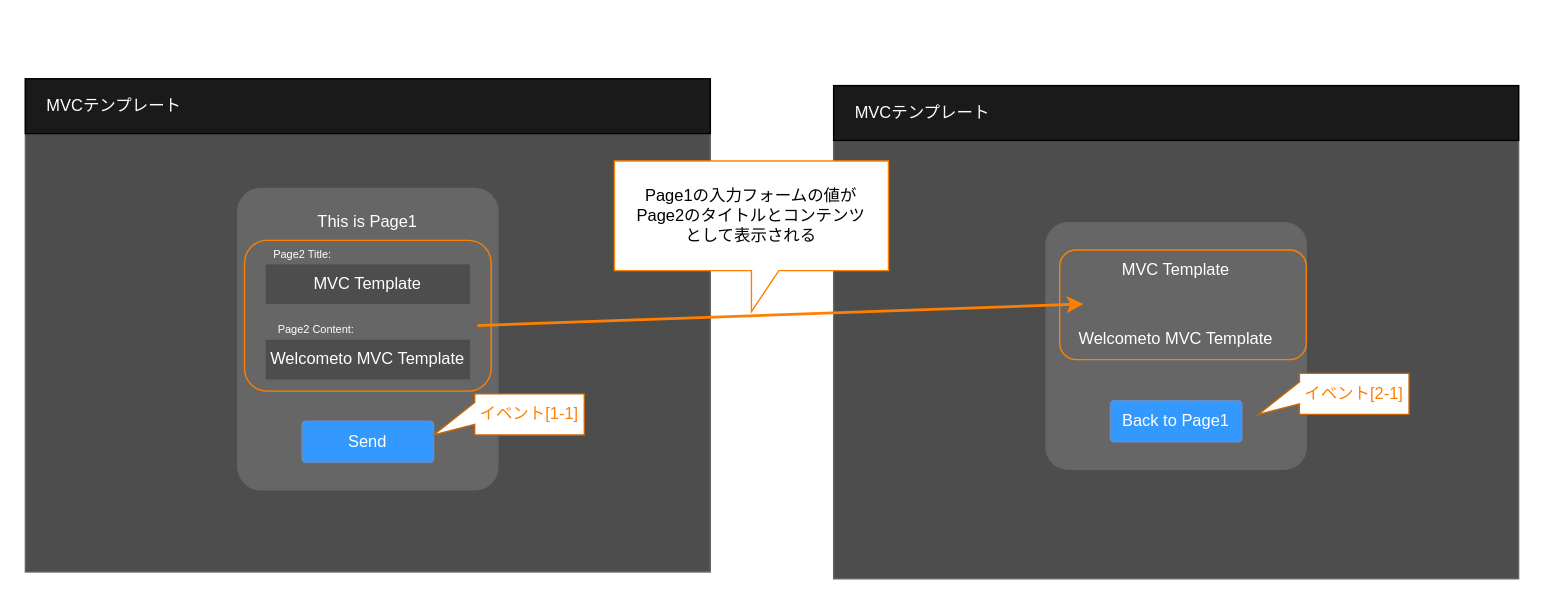
Above: document/figure/機能.drawio in homan05872/MVC_customtkinter_destroyVer (draw.io), before the change. Source tidied: cells renumbered, new cells numbered last; positions are measured from the earlier drawing's top-left corner, leaving out a move shared by most shapes. Both pictures are drawn from the tidied source at 137%, with x=0, y=0 at pixel (25, 78).
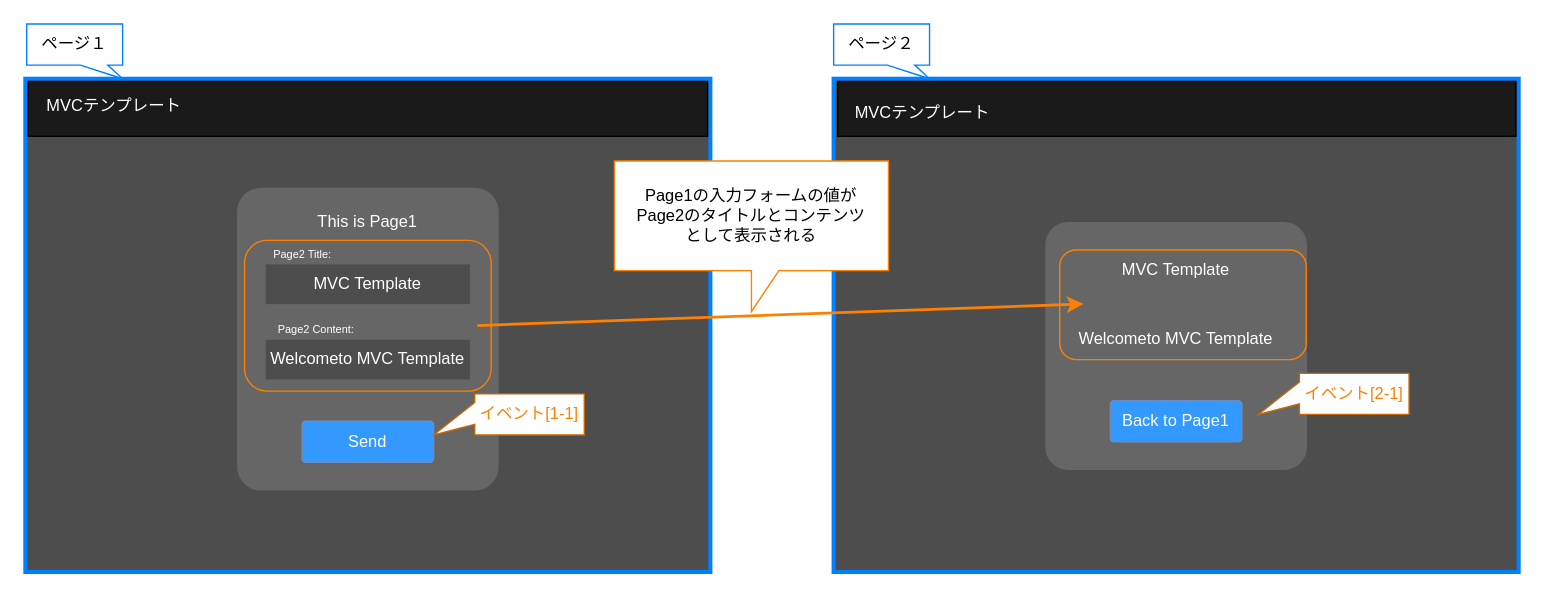
After the change.

The edit, as a diff of the source:
```diff
@@
-    <mxCell id="2" style="rounded=0;whiteSpace=wrap;html=1;fillColor=#4D4D4D;fontColor=#333333;strokeColor=#666666;" parent="1" vertex="1">
+    <mxCell id="2" style="rounded=0;whiteSpace=wrap;html=1;fillColor=#4D4D4D;fontColor=#333333;strokeColor=#007FFF;strokeWidth=3;" parent="1" vertex="1">
       <mxGeometry width="500" height="360" as="geometry" />
     </mxCell>
@@
     <mxCell id="4" style="rounded=0;whiteSpace=wrap;html=1;fillColor=#1A1A1A;" parent="1" vertex="1">
-      <mxGeometry width="500" height="40" as="geometry" />
+      <mxGeometry x="2" y="2" width="496" height="40" as="geometry" />
     </mxCell>
@@
-    <mxCell id="13" style="rounded=0;whiteSpace=wrap;html=1;fillColor=#4D4D4D;fontColor=#CC6600;strokeColor=#666666;" parent="1" vertex="1">
-      <mxGeometry x="590" y="5" width="500" height="360" as="geometry" />
+    <mxCell id="13" style="rounded=0;whiteSpace=wrap;html=1;fillColor=#4D4D4D;fontColor=#CC6600;strokeColor=#007FFF;strokeWidth=3;" parent="1" vertex="1">
+      <mxGeometry x="590" width="500" height="360" as="geometry" />
     </mxCell>
@@
     <mxCell id="15" style="rounded=0;whiteSpace=wrap;html=1;fillColor=#1A1A1A;" parent="1" vertex="1">
-      <mxGeometry x="590" y="5" width="500" height="40" as="geometry" />
+      <mxGeometry x="593" y="2" width="495" height="40" as="geometry" />
     </mxCell>
@@
+    <mxCell id="25" value="ページ１" style="shape=callout;whiteSpace=wrap;html=1;perimeter=calloutPerimeter;strokeColor=#007FFF;strokeWidth=1;size=10;position=0.56;base=20;position2=1;" parent="1" vertex="1">
+      <mxGeometry x="1" y="-40" width="70" height="40" as="geometry" />
+    </mxCell>
+    <mxCell id="26" value="ページ２" style="shape=callout;whiteSpace=wrap;html=1;perimeter=calloutPerimeter;strokeColor=#007FFF;strokeWidth=1;size=10;position=0.56;base=20;position2=1;" parent="1" vertex="1">
+      <mxGeometry x="590" y="-40" width="70" height="40" as="geometry" />
+    </mxCell>
```
